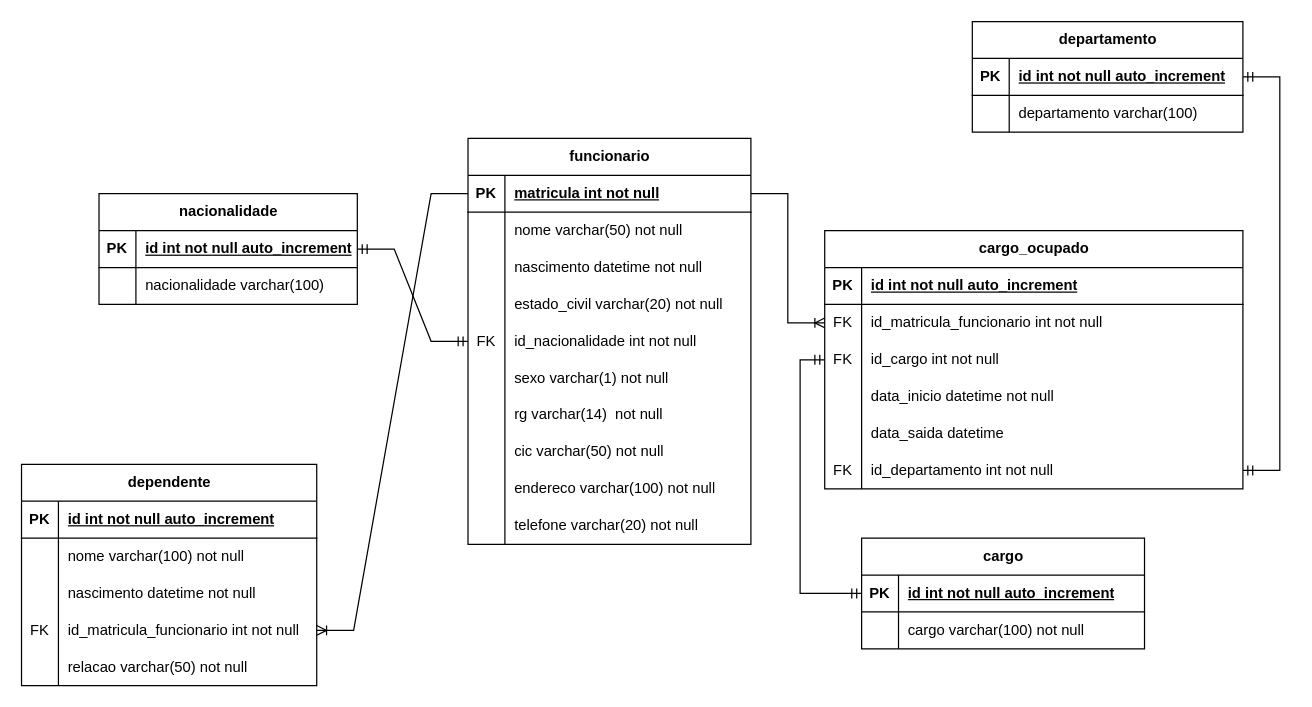
The draw.io diagram Diagramas/Atividades/normalizacao.drawio in samueldelorenzi/BancoDeDadosI, before the edit. Source tidied: cells renumbered, new cells numbered last; positions are measured from the earlier drawing's top-left corner, leaving out a move shared by most shapes. Both pictures are drawn from the tidied source at 123%, with x=0, y=0 at pixel (21, 21).
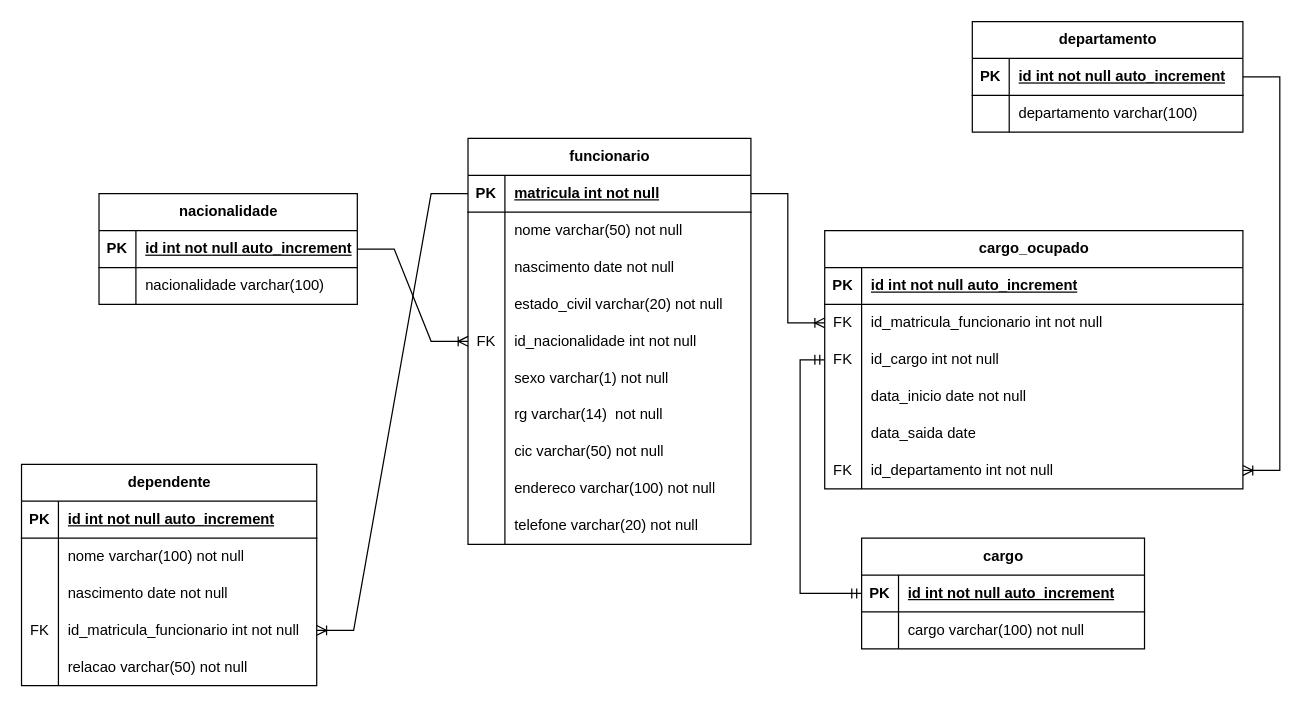
Above is the later version.

Unchanged cells that the change refers to:
```xml
<mxCell id="9" style="shape=tableRow;horizontal=0;startSize=0;swimlaneHead=0;swimlaneBody=0;fillColor=none;top=0;left=0;right=0;bottom=0;" parent="2" vertex="1">
  <mxGeometry y="90" width="230" height="30" as="geometry" />
</mxCell>
<mxCell id="15" style="shape=tableRow;horizontal=0;startSize=0;swimlaneHead=0;swimlaneBody=0;fillColor=none;points=[[0,0.5],[1,0.5]];portConstraint=eastwest;top=0;left=0;right=0;bottom=0;" parent="2" vertex="1">
  <mxGeometry y="150" width="230" height="30" as="geometry" />
</mxCell>
<mxCell id="50" style="shape=tableRow;horizontal=0;startSize=0;swimlaneHead=0;swimlaneBody=0;fillColor=none;top=0;left=0;right=0;bottom=0;" parent="40" vertex="1">
  <mxGeometry y="120" width="340" height="30" as="geometry" />
</mxCell>
<mxCell id="53" style="shape=tableRow;horizontal=0;startSize=0;swimlaneHead=0;swimlaneBody=0;fillColor=none;top=0;left=0;right=0;bottom=0;" parent="40" vertex="1">
  <mxGeometry y="150" width="340" height="30" as="geometry" />
</mxCell>
<mxCell id="56" style="shape=tableRow;horizontal=0;startSize=0;swimlaneHead=0;swimlaneBody=0;fillColor=none;points=[[0,0.5],[1,0.5]];portConstraint=eastwest;top=0;left=0;right=0;bottom=0;" parent="40" vertex="1">
  <mxGeometry y="180" width="340" height="30" as="geometry" />
</mxCell>
<mxCell id="60" style="shape=tableRow;horizontal=0;startSize=0;swimlaneHead=0;swimlaneBody=0;fillColor=none;points=[[0,0.5],[1,0.5]];portConstraint=eastwest;top=0;left=0;right=0;bottom=1;" parent="59" vertex="1">
  <mxGeometry y="30" width="210" height="30" as="geometry" />
</mxCell>
<mxCell id="68" style="shape=tableRow;horizontal=0;startSize=0;swimlaneHead=0;swimlaneBody=0;fillColor=none;points=[[0,0.5],[1,0.5]];portConstraint=eastwest;top=0;left=0;right=0;bottom=1;" parent="67" vertex="1">
  <mxGeometry y="30" width="220" height="30" as="geometry" />
</mxCell>
<mxCell id="81" style="shape=tableRow;horizontal=0;startSize=0;swimlaneHead=0;swimlaneBody=0;fillColor=none;top=0;left=0;right=0;bottom=0;" parent="74" vertex="1">
  <mxGeometry y="90" width="240" height="30" as="geometry" />
</mxCell>
```

Change to the diagram source:
```diff
@@
-    <mxCell id="11" value="nascimento datetime not null" style="shape=partialRectangle;fillColor=none;top=0;left=0;bottom=0;right=0;align=left;spacingLeft=6;overflow=hidden;whiteSpace=wrap;html=1;" parent="9" vertex="1">
+    <mxCell id="11" value="nascimento date not null" style="shape=partialRectangle;fillColor=none;top=0;left=0;bottom=0;right=0;align=left;spacingLeft=6;overflow=hidden;whiteSpace=wrap;html=1;" parent="9" vertex="1">
       <mxGeometry x="30" width="200" height="30" as="geometry" />
     </mxCell>
@@
-    <mxCell id="52" value="data_inicio datetime not null" style="shape=partialRectangle;fillColor=none;top=0;left=0;bottom=0;right=0;align=left;spacingLeft=6;overflow=hidden;whiteSpace=wrap;html=1;" parent="50" vertex="1">
+    <mxCell id="52" value="data_inicio date not null" style="shape=partialRectangle;fillColor=none;top=0;left=0;bottom=0;right=0;align=left;spacingLeft=6;overflow=hidden;whiteSpace=wrap;html=1;" parent="50" vertex="1">
       <mxGeometry x="30" width="310" height="30" as="geometry" />
     </mxCell>
@@
-    <mxCell id="55" value="data_saida datetime" style="shape=partialRectangle;fillColor=none;top=0;left=0;bottom=0;right=0;align=left;spacingLeft=6;overflow=hidden;whiteSpace=wrap;html=1;" parent="53" vertex="1">
+    <mxCell id="55" value="data_saida date" style="shape=partialRectangle;fillColor=none;top=0;left=0;bottom=0;right=0;align=left;spacingLeft=6;overflow=hidden;whiteSpace=wrap;html=1;" parent="53" vertex="1">
       <mxGeometry x="30" width="310" height="30" as="geometry" />
     </mxCell>
@@
-    <mxCell id="83" value="nascimento datetime not null" style="shape=partialRectangle;fillColor=none;top=0;left=0;bottom=0;right=0;align=left;spacingLeft=6;overflow=hidden;whiteSpace=wrap;html=1;" parent="81" vertex="1">
+    <mxCell id="83" value="nascimento date not null" style="shape=partialRectangle;fillColor=none;top=0;left=0;bottom=0;right=0;align=left;spacingLeft=6;overflow=hidden;whiteSpace=wrap;html=1;" parent="81" vertex="1">
       <mxGeometry x="30" width="210" height="30" as="geometry" />
     </mxCell>
@@
-    <mxCell id="92" style="edgeStyle=entityRelationEdgeStyle;fontSize=12;html=1;endArrow=ERmandOne;startArrow=ERmandOne;rounded=0;exitX=1;exitY=0.5;exitDx=0;exitDy=0;entryX=0;entryY=0.5;entryDx=0;entryDy=0;" parent="1" edge="1" source="60" target="15">
+    <mxCell id="92" style="edgeStyle=entityRelationEdgeStyle;fontSize=12;html=1;endArrow=ERoneToMany;rounded=0;" parent="1" edge="1" source="60" target="15">
       <mxGeometry relative="1" as="geometry" />
     </mxCell>
-    <mxCell id="93" style="edgeStyle=entityRelationEdgeStyle;fontSize=12;html=1;endArrow=ERmandOne;startArrow=ERmandOne;rounded=0;exitX=1;exitY=0.5;exitDx=0;exitDy=0;entryX=1;entryY=0.5;entryDx=0;entryDy=0;" parent="1" edge="1" source="68" target="56">
+    <mxCell id="93" style="edgeStyle=entityRelationEdgeStyle;fontSize=12;html=1;endArrow=ERoneToMany;rounded=0;exitX=1;exitY=0.5;exitDx=0;exitDy=0;" parent="1" edge="1" source="68" target="56">
       <mxGeometry relative="1" as="geometry" />
     </mxCell>
```
